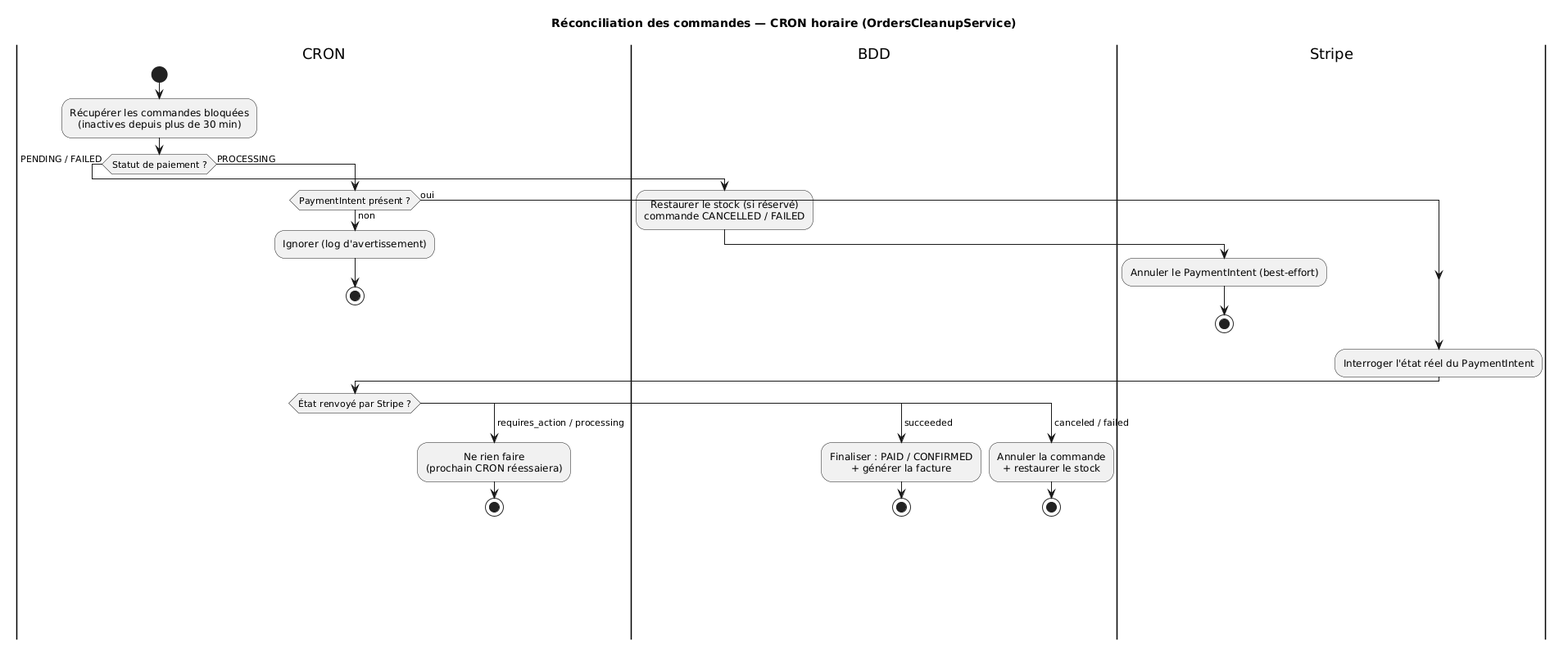
tonympt/dossier-projet-cda keeps this PlantUML diagram as diagrammes/activite-reconciliation-cron.png. Above is the earlier version.
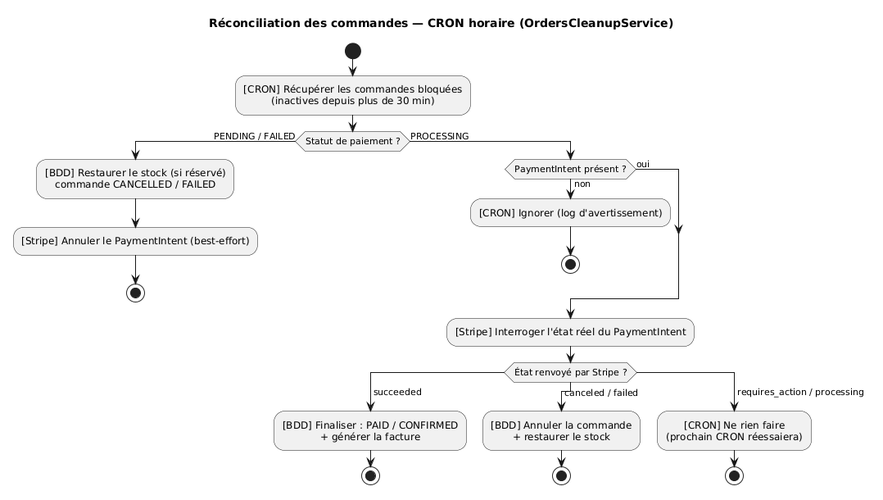
After the commit.

Commit message:
docs(diagrammes): activité réconciliation compacte (flux vertical + préfixes système)

The edit, as a diff of the source:
```diff
@@ -2,37 +2,28 @@
 skinparam defaultTextAlignment center
 title Réconciliation des commandes — CRON horaire (OrdersCleanupService)
 
-|CRON|
 start
-:Récupérer les commandes bloquées\n(inactives depuis plus de 30 min);
+:[CRON] Récupérer les commandes bloquées\n(inactives depuis plus de 30 min);
 if (Statut de paiement ?) then (PENDING / FAILED)
-  |BDD|
-  :Restaurer le stock (si réservé)\ncommande CANCELLED / FAILED;
-  |Stripe|
-  :Annuler le PaymentIntent (best-effort);
+  :[BDD] Restaurer le stock (si réservé)\ncommande CANCELLED / FAILED;
+  :[Stripe] Annuler le PaymentIntent (best-effort);
   stop
 else (PROCESSING)
-  |CRON|
   if (PaymentIntent présent ?) then (non)
-    :Ignorer (log d'avertissement);
+    :[CRON] Ignorer (log d'avertissement);
     stop
   else (oui)
   endif
-  |Stripe|
-  :Interroger l'état réel du PaymentIntent;
-  |CRON|
+  :[Stripe] Interroger l'état réel du PaymentIntent;
   switch (État renvoyé par Stripe ?)
   case ( succeeded )
-    |BDD|
-    :Finaliser : PAID / CONFIRMED\n+ générer la facture;
+    :[BDD] Finaliser : PAID / CONFIRMED\n+ générer la facture;
     stop
   case ( canceled / failed )
-    |BDD|
-    :Annuler la commande\n+ restaurer le stock;
+    :[BDD] Annuler la commande\n+ restaurer le stock;
     stop
   case ( requires_action / processing )
-    |CRON|
-    :Ne rien faire\n(prochain CRON réessaiera);
+    :[CRON] Ne rien faire\n(prochain CRON réessaiera);
     stop
   endswitch
 endif
```
